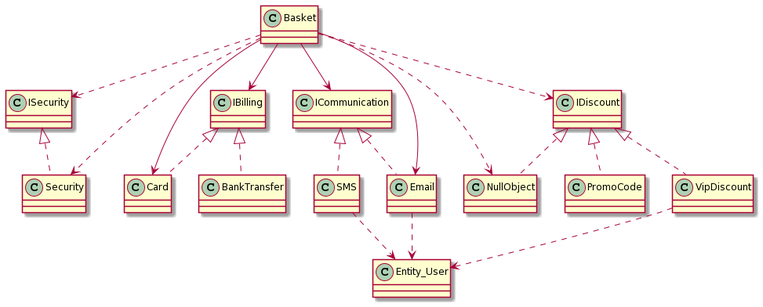
This is docs/basket.png from fedorkolmykow/framework-not-mine-, a PlantUML export, as it was before one commit.
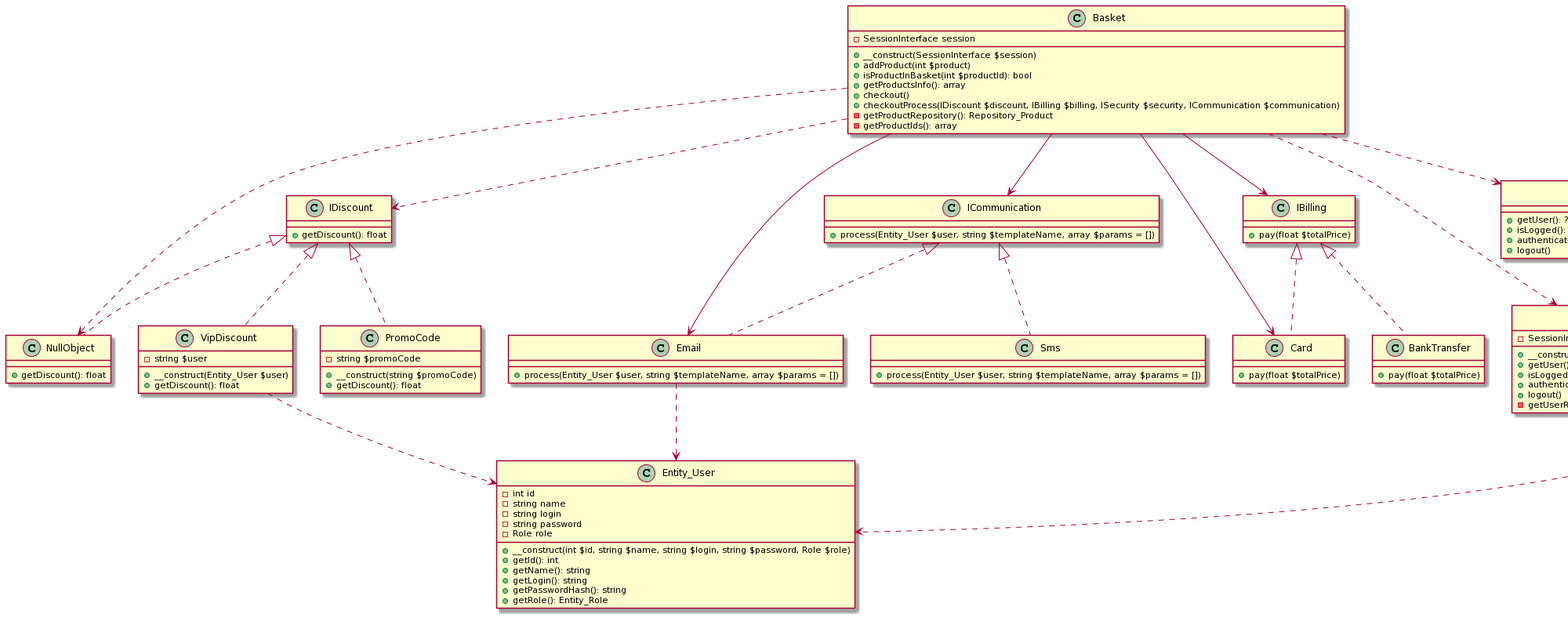
The same diagram one commit later.

What changed in the source:
```diff
@@ -1,4 +1,77 @@
 @startuml
+class VipDiscount{
+- string $user
++ __construct(Entity_User $user)
++ getDiscount(): float
+}
+class PromoCode{
+- string $promoCode
++ __construct(string $promoCode)
++ getDiscount(): float
+}
+class NullObject{
++ getDiscount(): float
+}
+class IDiscount{
++ getDiscount(): float
+}
+class Email{
++ process(Entity_User $user, string $templateName, array $params = [])
+}
+class Sms{
++ process(Entity_User $user, string $templateName, array $params = [])
+}
+class ICommunication{
++ process(Entity_User $user, string $templateName, array $params = [])
+}
+class BankTransfer{
++ pay(float $totalPrice)
+}
+class Card{
++ pay(float $totalPrice)
+}
+class IBilling{
++ pay(float $totalPrice)
+}
+class Security{
+- SessionInterface session
++ __construct(SessionInterface $session)
++ getUser(): ?Entity_User
++ isLogged(): bool
++ authentication(string $login, string $password): bool
++ logout()
+- getUserRepository(): Repository_User
+}
+class ISecurity{
++ getUser(): ?Entity_User
++ isLogged(): bool
++ authentication(string $login, string $password): bool
++ logout()
+}
+class Basket{
+- SessionInterface session
++ __construct(SessionInterface $session)
++ addProduct(int $product)
++ isProductInBasket(int $productId): bool
++ getProductsInfo(): array
++ checkout()
++ checkoutProcess(IDiscount $discount, IBilling $billing, ISecurity $security, ICommunication $communication)
+- getProductRepository(): Repository_Product
+- getProductIds(): array
+}
+class Entity_User{
+- int id
+- string name
+- string login
+- string password
+- Role role
++ __construct(int $id, string $name, string $login, string $password, Role $role)
++ getId(): int
++ getName(): string
++ getLogin(): string
++ getPasswordHash(): string
++ getRole(): Entity_Role
+}
 Basket --> Card
 Basket --> Email
 Basket ..> NullObject
@@ -11,7 +84,7 @@
 IBilling <|.. Card
 IBilling <|.. BankTransfer
 ICommunication <|.. Email
-ICommunication <|.. SMS
+ICommunication <|.. Sms
 IDiscount <|.. NullObject
 IDiscount <|.. PromoCode
 IDiscount <|.. VipDiscount
```
